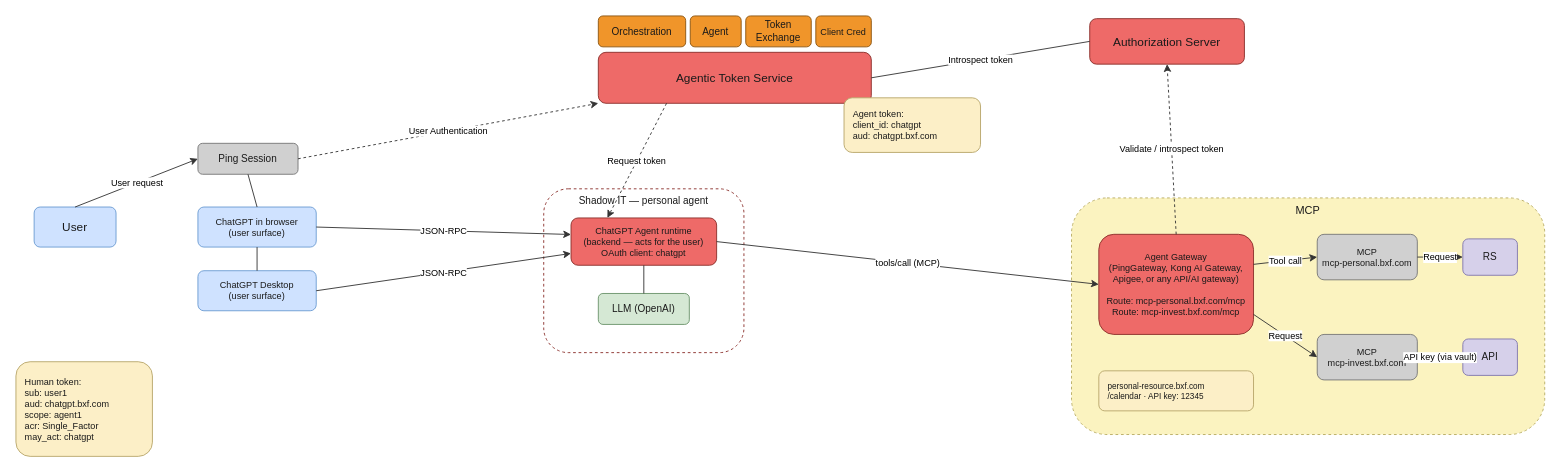
curtismu7/AI-DEMO2 keeps this draw.io diagram as docs/diagrams/personal-agent-chatgpt.drawio. Above is the earlier version. Source tidied: cells renumbered, new cells numbered last; positions are measured from the earlier drawing's top-left corner, leaving out a move shared by most shapes. Both pictures are drawn from the tidied source at 91%, with x=0, y=0 at pixel (15, 15).
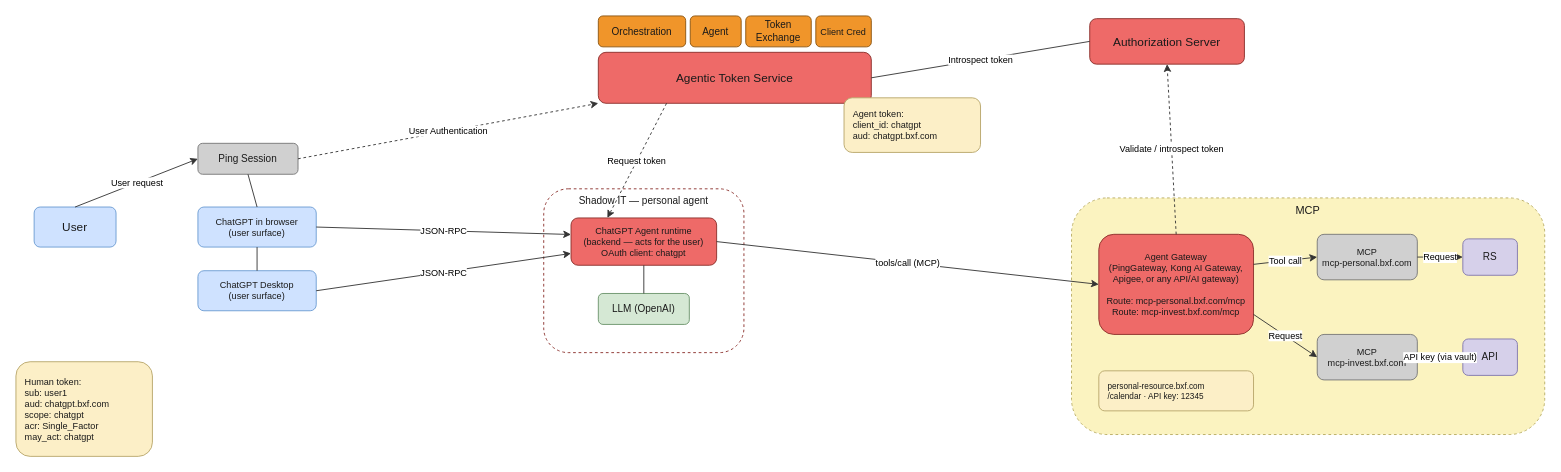
The same page after the edit.

Commit message (it also covers changes not shown here):
docs(diagrams): fix human token scope to chatgpt for client consistency

Change to the diagram source:
```diff
@@
-    <mxCell id="17" value="Human token:&#10;sub: user1&#10;aud: chatgpt.bxf.com&#10;scope: agent1&#10;acr: Single_Factor&#10;may_act: chatgpt" style="rounded=1;whiteSpace=wrap;html=1;fillColor=#fcefc7;strokeColor=#b8a66a;fontColor=#1a1a1a;fontSize=10;align=left;spacingLeft=8;" parent="1" vertex="1">
+    <mxCell id="17" value="Human token:&#10;sub: user1&#10;aud: chatgpt.bxf.com&#10;scope: chatgpt&#10;acr: Single_Factor&#10;may_act: chatgpt" style="rounded=1;whiteSpace=wrap;html=1;fillColor=#fcefc7;strokeColor=#b8a66a;fontColor=#1a1a1a;fontSize=10;align=left;spacingLeft=8;" parent="1" vertex="1">
       <mxGeometry y="380" width="150" height="104" as="geometry" />
     </mxCell>
```
